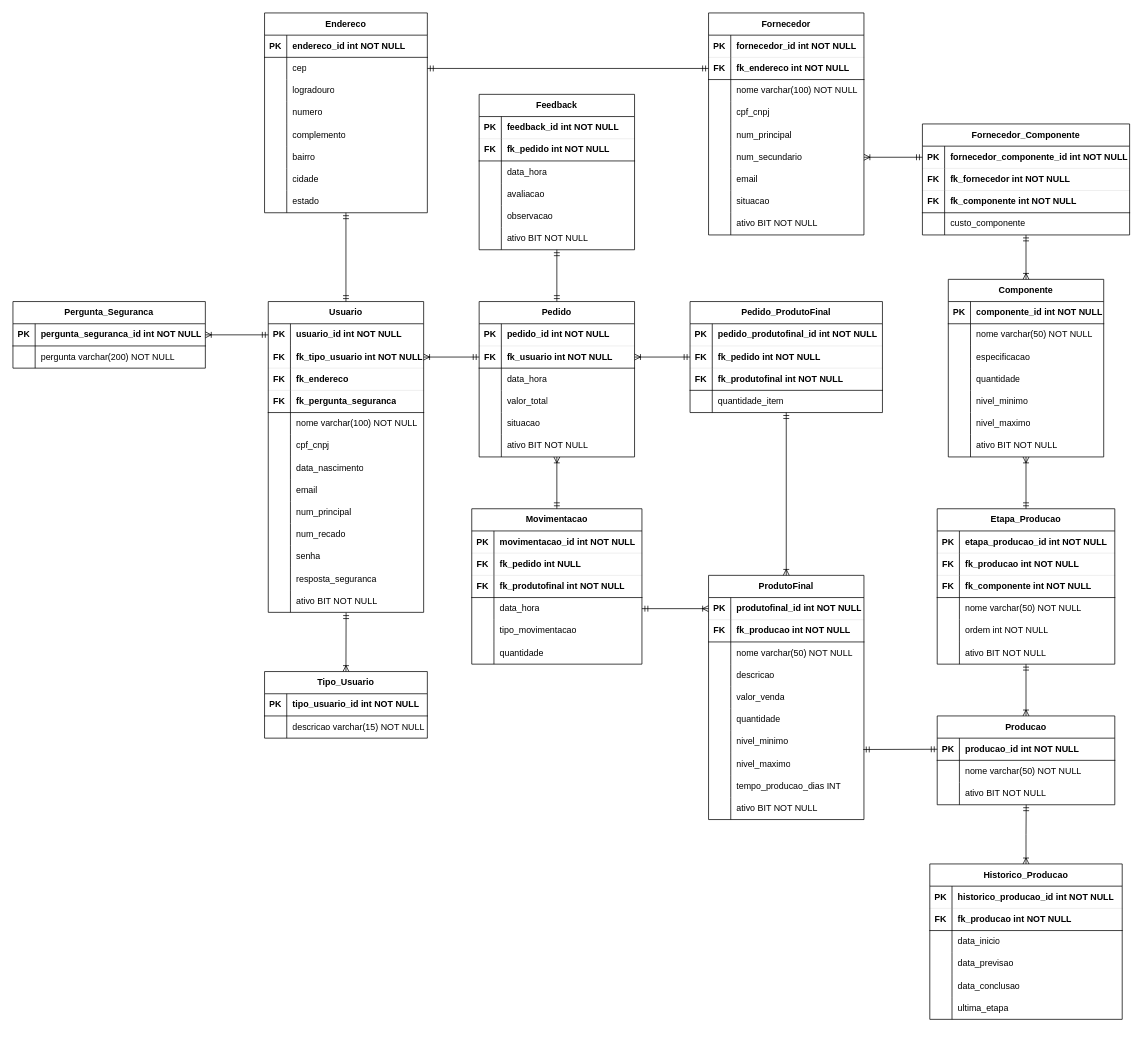
Before: _doc/Diagramas/Diagrama Entidade Relacionamento 2025.drawio in a-cn/techsmart_PHP, a draw.io diagram. Source tidied: cells renumbered, new cells numbered last; positions are measured from the earlier drawing's top-left corner, leaving out a move shared by most shapes. Both pictures are drawn from the tidied source at 74%, with x=0, y=0 at pixel (13, 13).
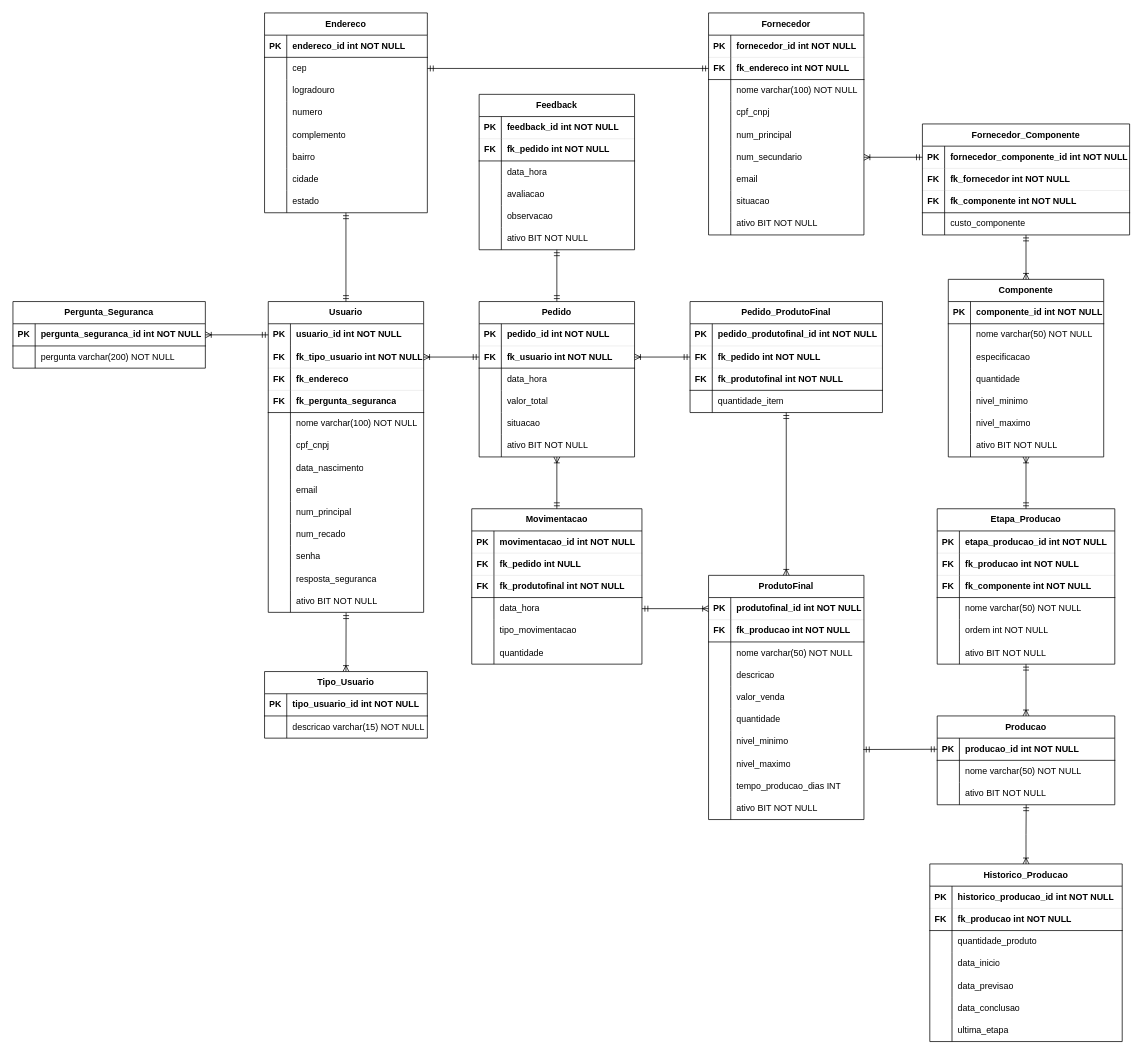
Above is the later version.

What changed in the source:
```diff
@@
     <mxCell id="289" value="&lt;span style=&quot;text-wrap-mode: nowrap;&quot;&gt;Historico_Producao&lt;/span&gt;" style="shape=table;startSize=30;childLayout=tableLayout;rowLines=0;fontStyle=1;align=center;html=1;whiteSpace=wrap;" parent="1" vertex="1">
-      <mxGeometry x="1239" y="1150" width="260" height="210" as="geometry" />
+      <mxGeometry x="1239" y="1150" width="260" height="240" as="geometry" />
     </mxCell>
@@
+    <mxCell id="309" style="shape=tableRow;horizontal=0;startSize=0;swimlaneHead=0;swimlaneBody=0;fillColor=none;top=0;left=0;right=0;bottom=0;html=1;" parent="289" vertex="1">
+      <mxGeometry y="90" width="260" height="30" as="geometry" />
+    </mxCell>
+    <mxCell id="310" style="shape=partialRectangle;fillColor=none;top=0;left=0;bottom=0;right=0;overflow=hidden;html=1;whiteSpace=wrap;" parent="309" vertex="1">
+      <mxGeometry width="30" height="30" as="geometry" />
+    </mxCell>
+    <mxCell id="311" value="quantidade_produto" style="shape=partialRectangle;fillColor=none;top=0;left=0;bottom=0;right=0;align=left;spacingLeft=6;overflow=hidden;html=1;whiteSpace=wrap;" parent="309" vertex="1">
+      <mxGeometry x="30" width="230" height="30" as="geometry" />
+    </mxCell>
     <mxCell id="296" style="shape=tableRow;horizontal=0;startSize=0;swimlaneHead=0;swimlaneBody=0;fillColor=none;top=0;left=0;right=0;bottom=0;html=1;" parent="289" vertex="1">
-      <mxGeometry y="90" width="260" height="30" as="geometry" />
+      <mxGeometry y="120" width="260" height="30" as="geometry" />
     </mxCell>
@@
     <mxCell id="299" style="shape=tableRow;horizontal=0;startSize=0;swimlaneHead=0;swimlaneBody=0;fillColor=none;top=0;left=0;right=0;bottom=0;html=1;" parent="289" vertex="1">
-      <mxGeometry y="120" width="260" height="30" as="geometry" />
+      <mxGeometry y="150" width="260" height="30" as="geometry" />
     </mxCell>
@@
     <mxCell id="302" style="shape=tableRow;horizontal=0;startSize=0;swimlaneHead=0;swimlaneBody=0;fillColor=none;top=0;left=0;right=0;bottom=0;html=1;" parent="289" vertex="1">
-      <mxGeometry y="150" width="260" height="30" as="geometry" />
+      <mxGeometry y="180" width="260" height="30" as="geometry" />
     </mxCell>
@@
     <mxCell id="305" style="shape=tableRow;horizontal=0;startSize=0;swimlaneHead=0;swimlaneBody=0;fillColor=none;top=0;left=0;right=0;bottom=0;html=1;" parent="289" vertex="1">
-      <mxGeometry y="180" width="260" height="30" as="geometry" />
+      <mxGeometry y="210" width="260" height="30" as="geometry" />
     </mxCell>
```
